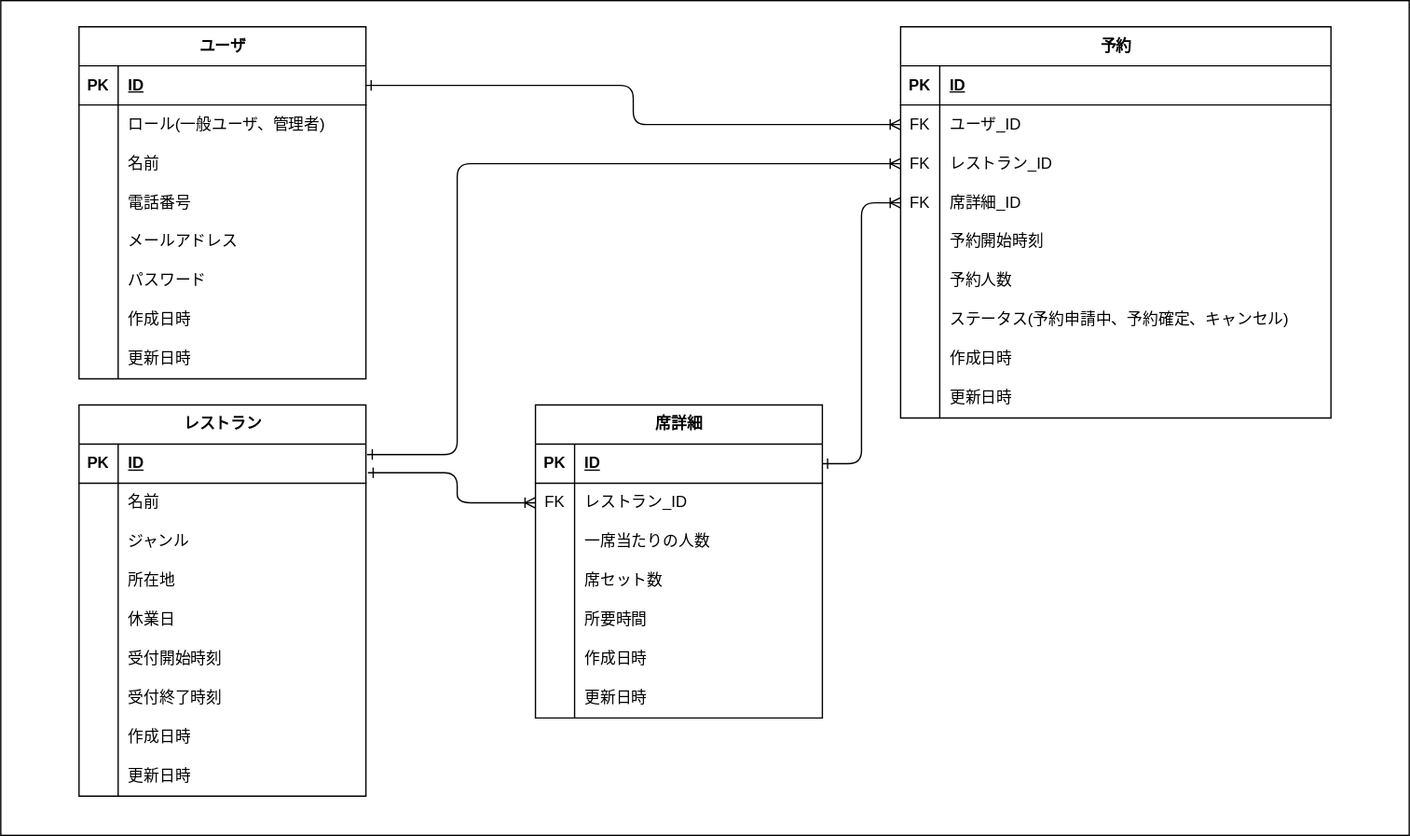
hrdhrk07-spec/restaurant-reservation keeps this draw.io diagram as docs/ER図.svg. Above is the earlier version. Source tidied: cells renumbered, new cells last; positions are measured from the earlier drawing's top-left corner, leaving out a move shared by most shapes.
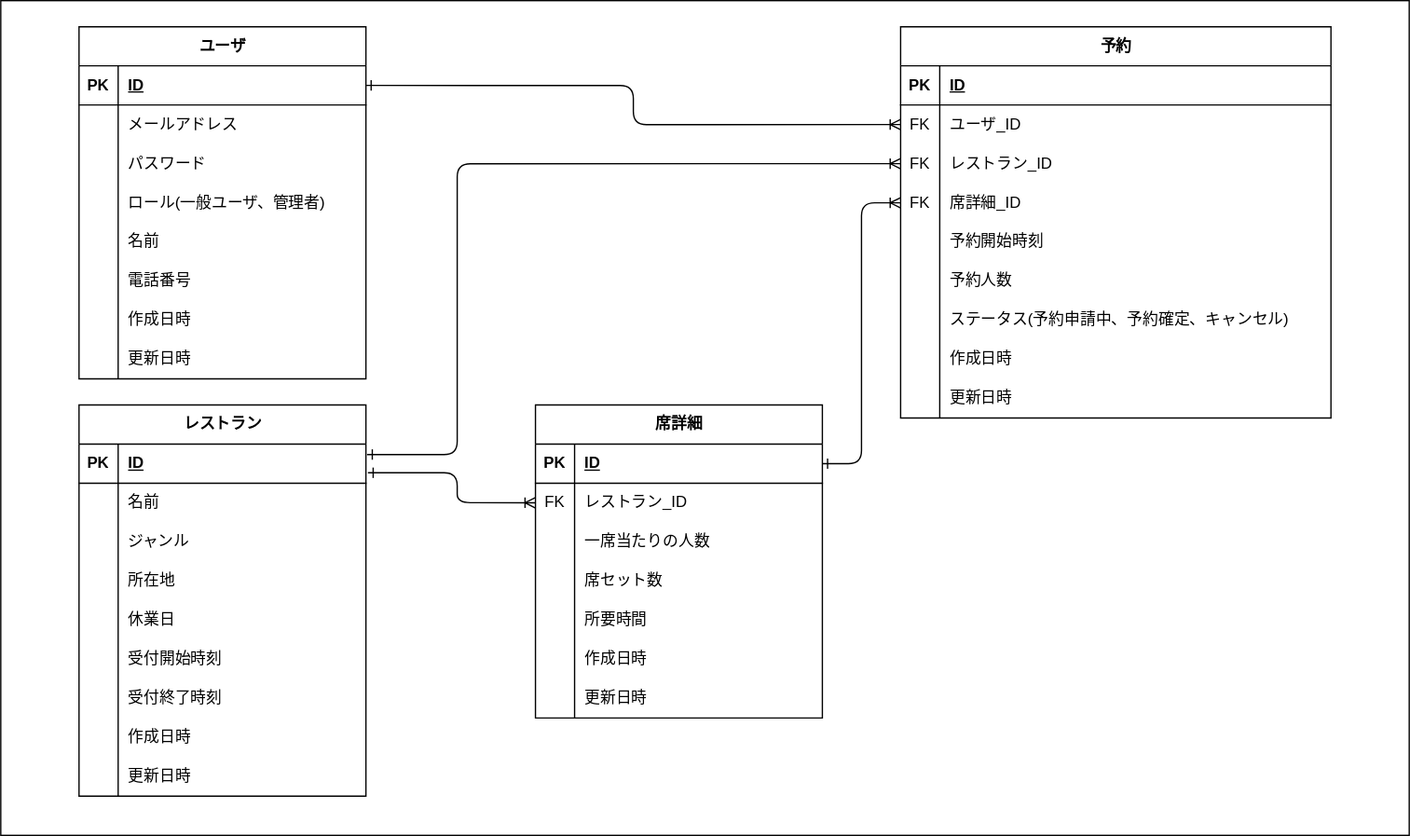
After the commit.

What changed in the source:
```diff
@@ -23,7 +23,7 @@
     <mxCell id="8" style="shape=partialRectangle;fillColor=none;top=0;left=0;bottom=0;right=0;overflow=hidden;whiteSpace=wrap;html=1;" parent="7" vertex="1">
       <mxGeometry width="30" height="30" as="geometry" />
     </mxCell>
-    <mxCell id="9" value="ロール(一般ユーザ、管理者)" style="shape=partialRectangle;fillColor=none;top=0;left=0;bottom=0;right=0;align=left;spacingLeft=6;overflow=hidden;whiteSpace=wrap;html=1;" parent="7" vertex="1">
+    <mxCell id="9" value="メールアドレス" style="shape=partialRectangle;fillColor=none;top=0;left=0;bottom=0;right=0;align=left;spacingLeft=6;overflow=hidden;whiteSpace=wrap;html=1;" parent="7" vertex="1">
       <mxGeometry x="30" width="190" height="30" as="geometry" />
     </mxCell>
     <mxCell id="10" style="shape=tableRow;horizontal=0;startSize=0;swimlaneHead=0;swimlaneBody=0;fillColor=none;top=0;left=0;right=0;bottom=0;" parent="3" vertex="1">
@@ -32,7 +32,7 @@
     <mxCell id="11" style="shape=partialRectangle;fillColor=none;top=0;left=0;bottom=0;right=0;overflow=hidden;whiteSpace=wrap;html=1;" parent="10" vertex="1">
       <mxGeometry width="30" height="30" as="geometry" />
     </mxCell>
-    <mxCell id="12" value="名前" style="shape=partialRectangle;fillColor=none;top=0;left=0;bottom=0;right=0;align=left;spacingLeft=6;overflow=hidden;whiteSpace=wrap;html=1;" parent="10" vertex="1">
+    <mxCell id="12" value="パスワード" style="shape=partialRectangle;fillColor=none;top=0;left=0;bottom=0;right=0;align=left;spacingLeft=6;overflow=hidden;whiteSpace=wrap;html=1;" parent="10" vertex="1">
       <mxGeometry x="30" width="190" height="30" as="geometry" />
     </mxCell>
     <mxCell id="13" style="shape=tableRow;horizontal=0;startSize=0;swimlaneHead=0;swimlaneBody=0;fillColor=none;top=0;left=0;right=0;bottom=0;" parent="3" vertex="1">
@@ -41,7 +41,7 @@
     <mxCell id="14" style="shape=partialRectangle;fillColor=none;top=0;left=0;bottom=0;right=0;overflow=hidden;whiteSpace=wrap;html=1;" parent="13" vertex="1">
       <mxGeometry width="30" height="30" as="geometry" />
     </mxCell>
-    <mxCell id="15" value="電話番号" style="shape=partialRectangle;fillColor=none;top=0;left=0;bottom=0;right=0;align=left;spacingLeft=6;overflow=hidden;whiteSpace=wrap;html=1;" parent="13" vertex="1">
+    <mxCell id="15" value="ロール(一般ユーザ、管理者)" style="shape=partialRectangle;fillColor=none;top=0;left=0;bottom=0;right=0;align=left;spacingLeft=6;overflow=hidden;whiteSpace=wrap;html=1;" parent="13" vertex="1">
       <mxGeometry x="30" width="190" height="30" as="geometry" />
     </mxCell>
     <mxCell id="16" style="shape=tableRow;horizontal=0;startSize=0;swimlaneHead=0;swimlaneBody=0;fillColor=none;top=0;left=0;right=0;bottom=0;" parent="3" vertex="1">
@@ -50,7 +50,7 @@
     <mxCell id="17" style="shape=partialRectangle;fillColor=none;top=0;left=0;bottom=0;right=0;overflow=hidden;whiteSpace=wrap;html=1;" parent="16" vertex="1">
       <mxGeometry width="30" height="30" as="geometry" />
     </mxCell>
-    <mxCell id="18" value="メールアドレス" style="shape=partialRectangle;fillColor=none;top=0;left=0;bottom=0;right=0;align=left;spacingLeft=6;overflow=hidden;whiteSpace=wrap;html=1;" parent="16" vertex="1">
+    <mxCell id="18" value="名前" style="shape=partialRectangle;fillColor=none;top=0;left=0;bottom=0;right=0;align=left;spacingLeft=6;overflow=hidden;whiteSpace=wrap;html=1;" parent="16" vertex="1">
       <mxGeometry x="30" width="190" height="30" as="geometry" />
     </mxCell>
     <mxCell id="19" style="shape=tableRow;horizontal=0;startSize=0;swimlaneHead=0;swimlaneBody=0;fillColor=none;top=0;left=0;right=0;bottom=0;" parent="3" vertex="1">
@@ -59,7 +59,7 @@
     <mxCell id="20" style="shape=partialRectangle;fillColor=none;top=0;left=0;bottom=0;right=0;overflow=hidden;whiteSpace=wrap;html=1;" parent="19" vertex="1">
       <mxGeometry width="30" height="30" as="geometry" />
     </mxCell>
-    <mxCell id="21" value="パスワード" style="shape=partialRectangle;fillColor=none;top=0;left=0;bottom=0;right=0;align=left;spacingLeft=6;overflow=hidden;whiteSpace=wrap;html=1;" parent="19" vertex="1">
+    <mxCell id="21" value="電話番号" style="shape=partialRectangle;fillColor=none;top=0;left=0;bottom=0;right=0;align=left;spacingLeft=6;overflow=hidden;whiteSpace=wrap;html=1;" parent="19" vertex="1">
       <mxGeometry x="30" width="190" height="30" as="geometry" />
     </mxCell>
     <mxCell id="22" style="shape=tableRow;horizontal=0;startSize=0;swimlaneHead=0;swimlaneBody=0;fillColor=none;top=0;left=0;right=0;bottom=0;" parent="3" vertex="1">
```
